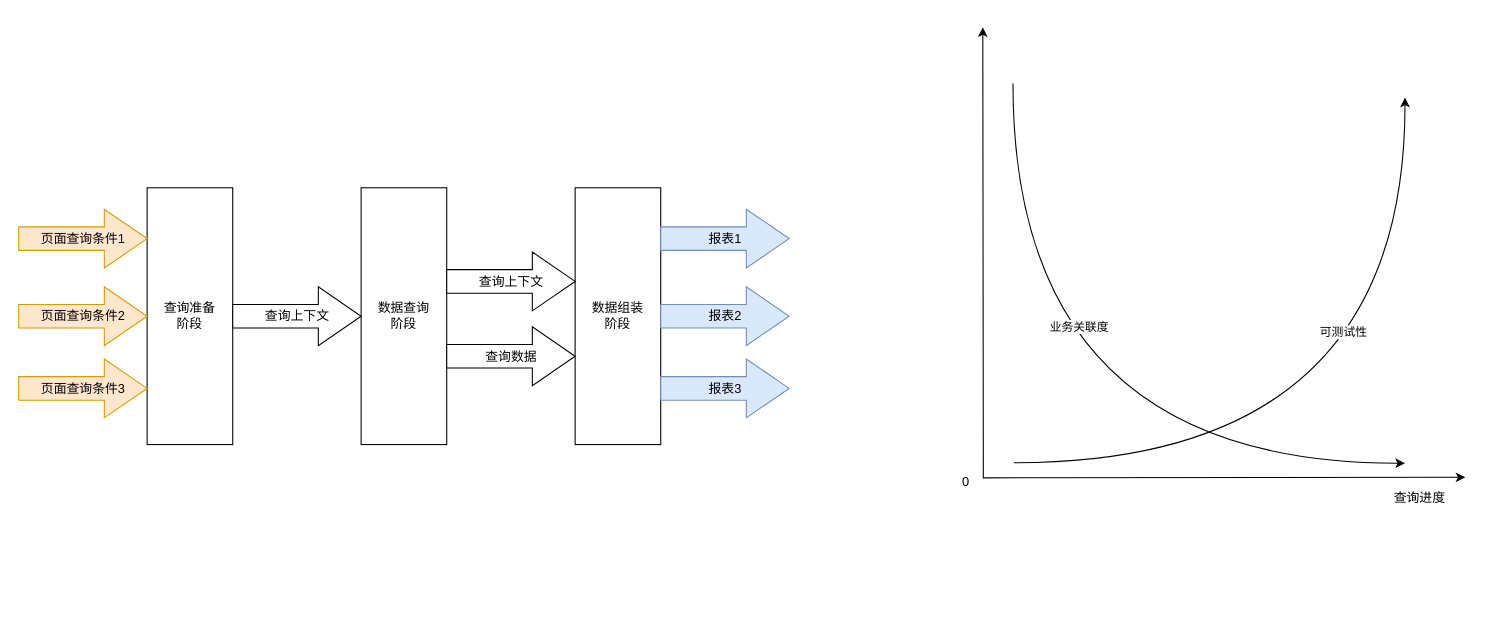
Above: award.drawio in Timothyliao/diagramsRepo (draw.io), before the change. Source tidied: cells renumbered, new cells numbered last; positions are measured from the earlier drawing's top-left corner, leaving out a move shared by most shapes. Both pictures are drawn from the tidied source at 107%, with x=0, y=0 at pixel (18, 27).
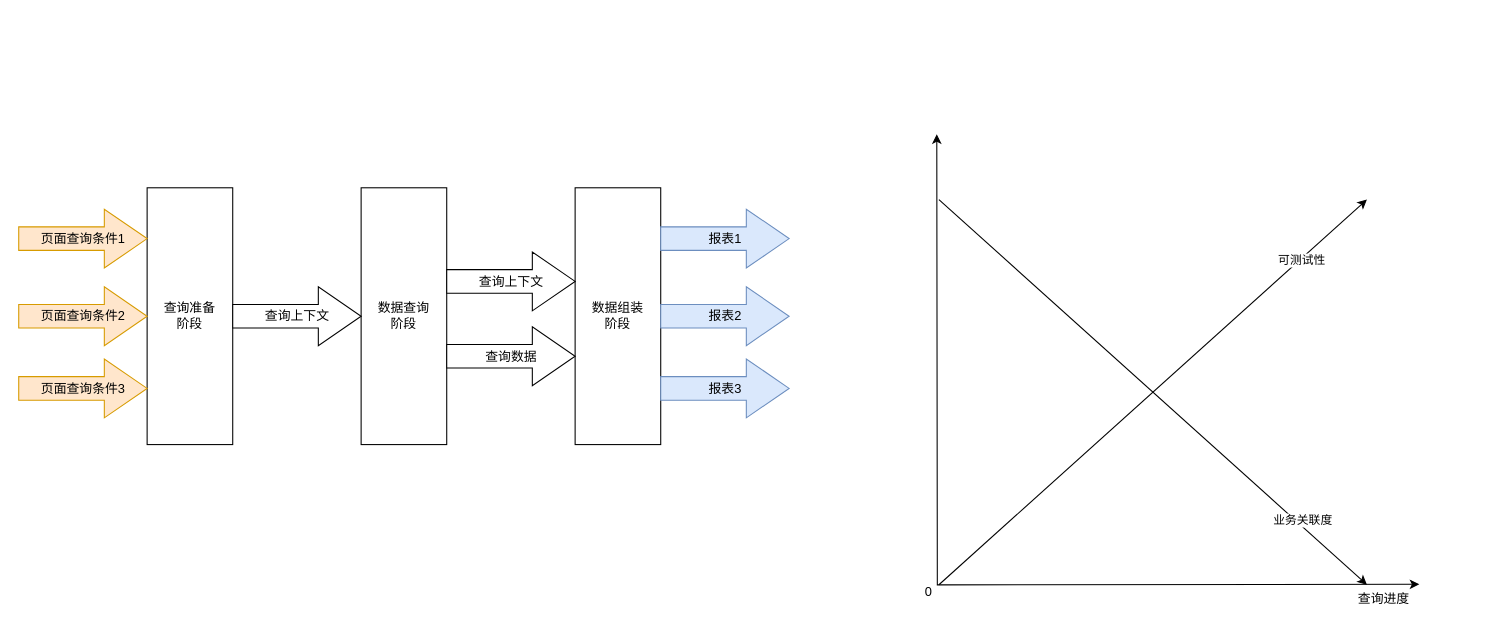
The same page after the edit.

The edit, as a diff of the source:
```diff
@@
-    <mxCell id="14" style="group;" parent="1" vertex="1">
-      <mxGeometry x="870" width="482" height="460" as="geometry" />
-    </mxCell>
-    <mxCell id="15" style="curved=1;endArrow=classic;html=1;rounded=0;edgeStyle=orthogonalEdgeStyle;endFill=1;" parent="14" edge="1">
-      <mxGeometry relative="1" as="geometry">
-        <mxPoint x="59.2" y="52.6" as="sourcePoint" />
-        <mxPoint x="425.6" y="407.4" as="targetPoint" />
-        <Array as="points">
-          <mxPoint x="59.2" y="407.4" />
-        </Array>
-      </mxGeometry>
-    </mxCell>
-    <mxCell id="16" value="业务关联度" style="edgeLabel;html=1;align=center;verticalAlign=middle;" parent="15" vertex="1">
-      <mxGeometry x="-0.37" y="38" relative="1" as="geometry">
-        <mxPoint x="23" as="offset" />
-      </mxGeometry>
-    </mxCell>
-    <mxCell id="17" style="endArrow=classic;startArrow=classic;html=1;rounded=0;edgeStyle=orthogonalEdgeStyle;" parent="14" edge="1">
+    <mxCell id="17" style="endArrow=classic;startArrow=classic;html=1;rounded=0;edgeStyle=orthogonalEdgeStyle;" parent="1" edge="1">
       <mxGeometry relative="1" as="geometry">
-        <mxPoint x="482" y="420.6" as="sourcePoint" />
-        <mxPoint x="31" as="targetPoint" />
+        <mxPoint x="1309" y="520.6" as="sourcePoint" />
+        <mxPoint x="858" y="100" as="targetPoint" />
       </mxGeometry>
     </mxCell>
-    <mxCell id="18" value="查询进度" style="text;html=1;strokeColor=none;fillColor=none;align=center;verticalAlign=middle;whiteSpace=wrap;rounded=0;" parent="14" vertex="1">
-      <mxGeometry x="397.4" y="420.6" width="84.6" height="39.4" as="geometry" />
+    <mxCell id="18" value="查询进度" style="text;html=1;strokeColor=none;fillColor=none;align=center;verticalAlign=middle;whiteSpace=wrap;rounded=0;" parent="1" vertex="1">
+      <mxGeometry x="1246" y="525" width="60" height="20" as="geometry" />
     </mxCell>
-    <mxCell id="19" value="0" style="text;html=1;align=center;verticalAlign=middle;strokeColor=none;fillColor=none;" parent="14" vertex="1">
-      <mxGeometry y="410.1" width="30" height="30" as="geometry" />
+    <mxCell id="19" value="0" style="text;html=1;align=center;verticalAlign=middle;strokeColor=none;fillColor=none;" parent="1" vertex="1">
+      <mxGeometry x="835" y="513" width="30" height="30" as="geometry" />
     </mxCell>
-    <mxCell id="20" style="curved=1;endArrow=classic;html=1;rounded=0;edgeStyle=orthogonalEdgeStyle;" parent="14" edge="1">
-      <mxGeometry relative="1" as="geometry">
-        <mxPoint x="60" y="407" as="sourcePoint" />
-        <mxPoint x="425.6" y="65.7" as="targetPoint" />
-        <Array as="points">
-          <mxPoint x="425.6" y="407.4" />
-        </Array>
-      </mxGeometry>
-    </mxCell>
+    <mxCell id="22" style="endArrow=classic;html=1;rounded=0;" parent="1" edge="1">
+      <mxGeometry relative="1" as="geometry">
+        <mxPoint x="860" y="521" as="sourcePoint" />
+        <mxPoint x="1260" y="161" as="targetPoint" />
+      </mxGeometry>
+    </mxCell>
-    <mxCell id="21" value="可测试性" style="edgeLabel;html=1;align=center;verticalAlign=middle;" parent="20" vertex="1">
-      <mxGeometry x="0.38" y="58" relative="1" as="geometry" />
+    <mxCell id="21" value="可测试性" style="edgeLabel;html=1;align=center;verticalAlign=middle;" parent="22" vertex="1">
+      <mxGeometry x="0.69" y="-1" relative="1" as="geometry" />
     </mxCell>
+    <mxCell id="23" style="endArrow=classic;html=1;rounded=0;" parent="1" edge="1">
+      <mxGeometry relative="1" as="geometry">
+        <mxPoint x="860" y="161" as="sourcePoint" />
+        <mxPoint x="1260" y="521" as="targetPoint" />
+      </mxGeometry>
+    </mxCell>
+    <mxCell id="16" value="业务关联度" style="edgeLabel;html=1;align=center;verticalAlign=middle;" parent="23" vertex="1">
+      <mxGeometry x="0.62" relative="1" as="geometry">
+        <mxPoint x="15" y="8" as="offset" />
+      </mxGeometry>
+    </mxCell>
```
